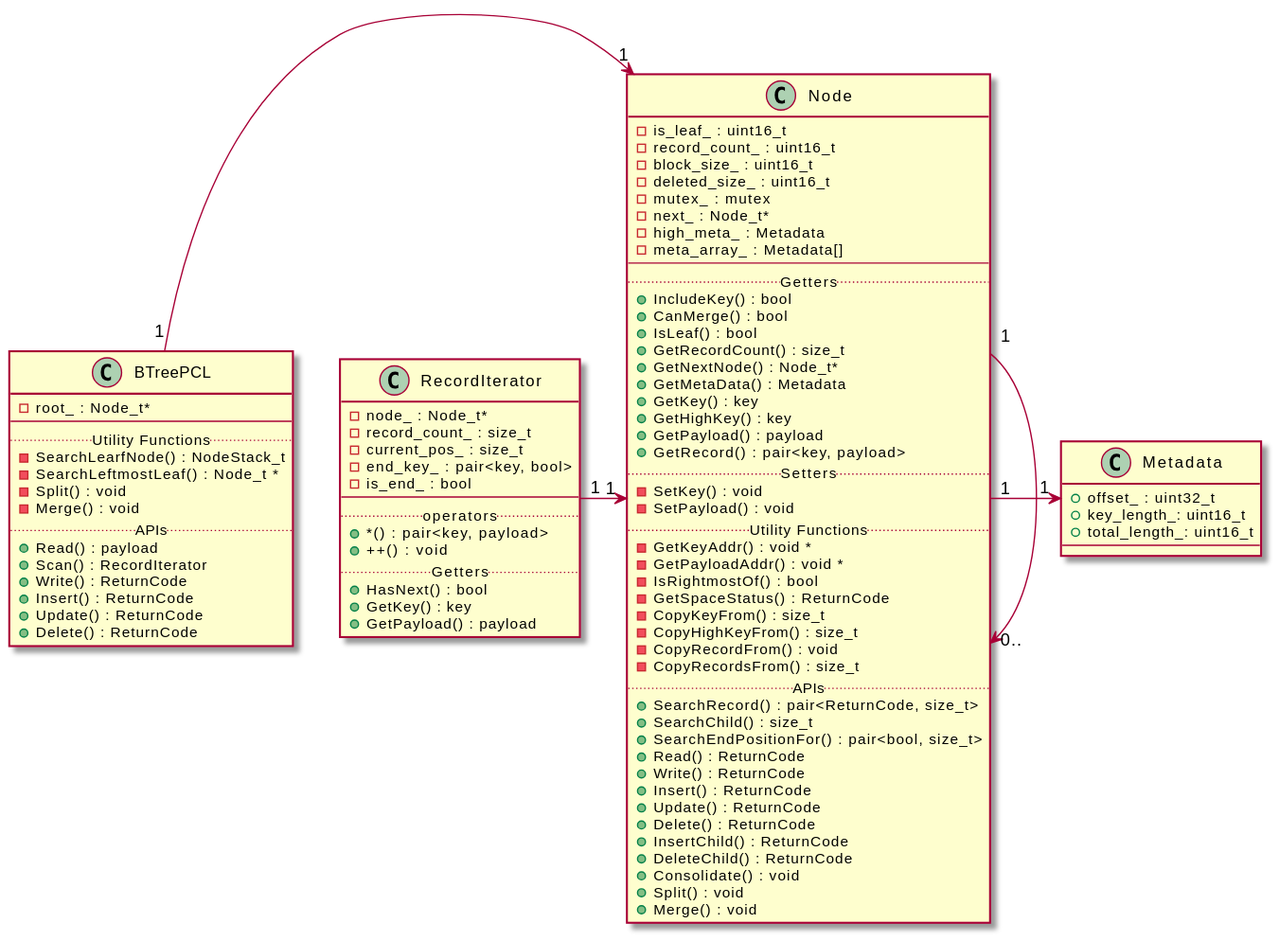
Above: design_doc/figures/b_tree_pcl_class.svg in dbgroup-nagoya-u/b-tree (PlantUML), before the change.
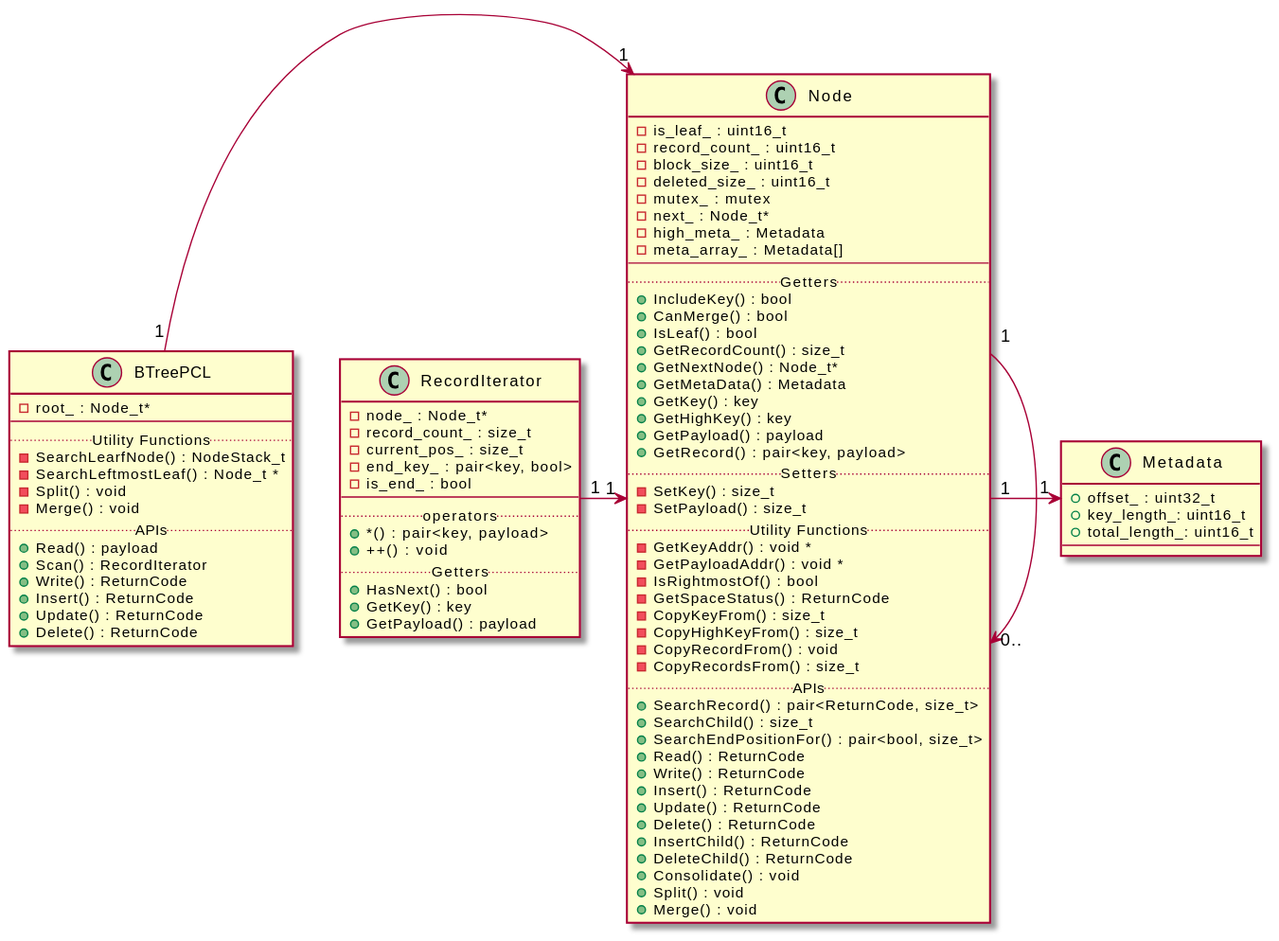
Later version of the same file.

Commit message:
modify SetData to SetKey & SetPayload

The edit, as a diff of the source:
```diff
@@ -39,8 +39,8 @@
   +GetPayload() : payload
   +GetRecord() : pair<key, payload>
 .. Setters ..
-  -SetKey() : void
-  -SetPayload() : void
+  -SetKey() : size_t
+  -SetPayload() : size_t
 .. Utility Functions ..
   -GetKeyAddr() : void *
   -GetPayloadAddr() : void *
```
